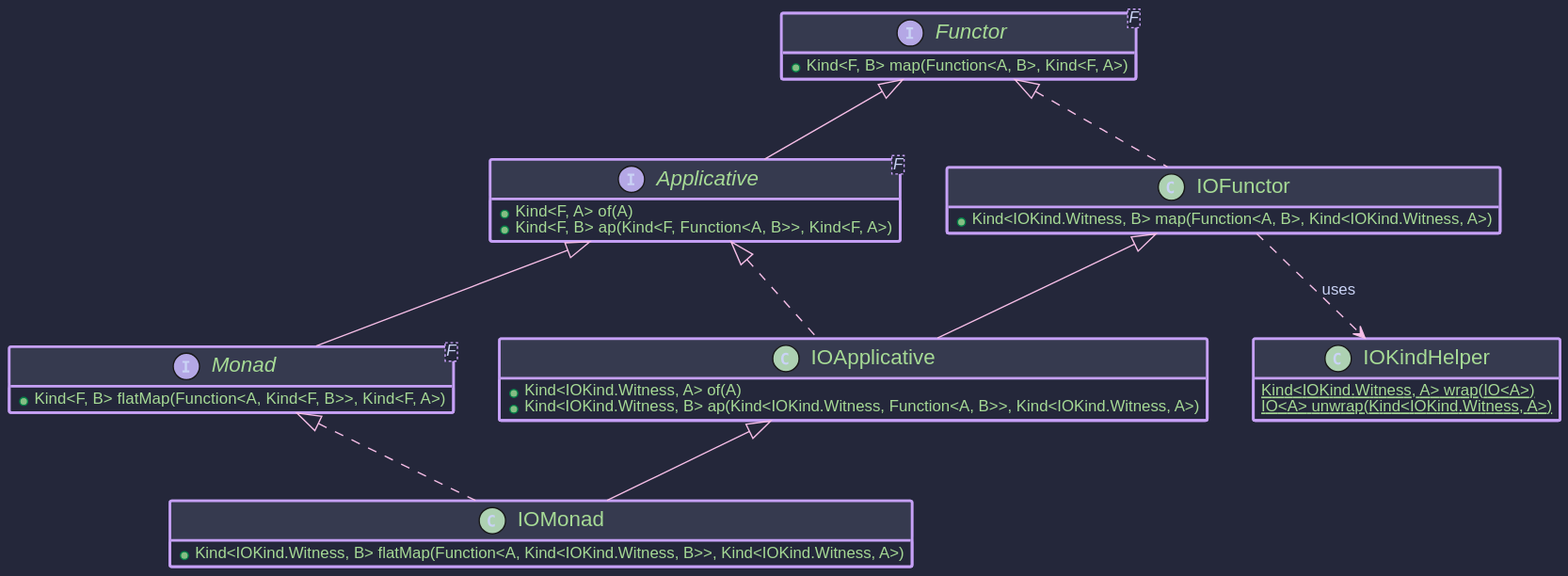
Before: hkj-book/src/images/puml/io_monad.svg, a diagram exported from PlantUML (higher-kinded-j/higher-kinded-j).
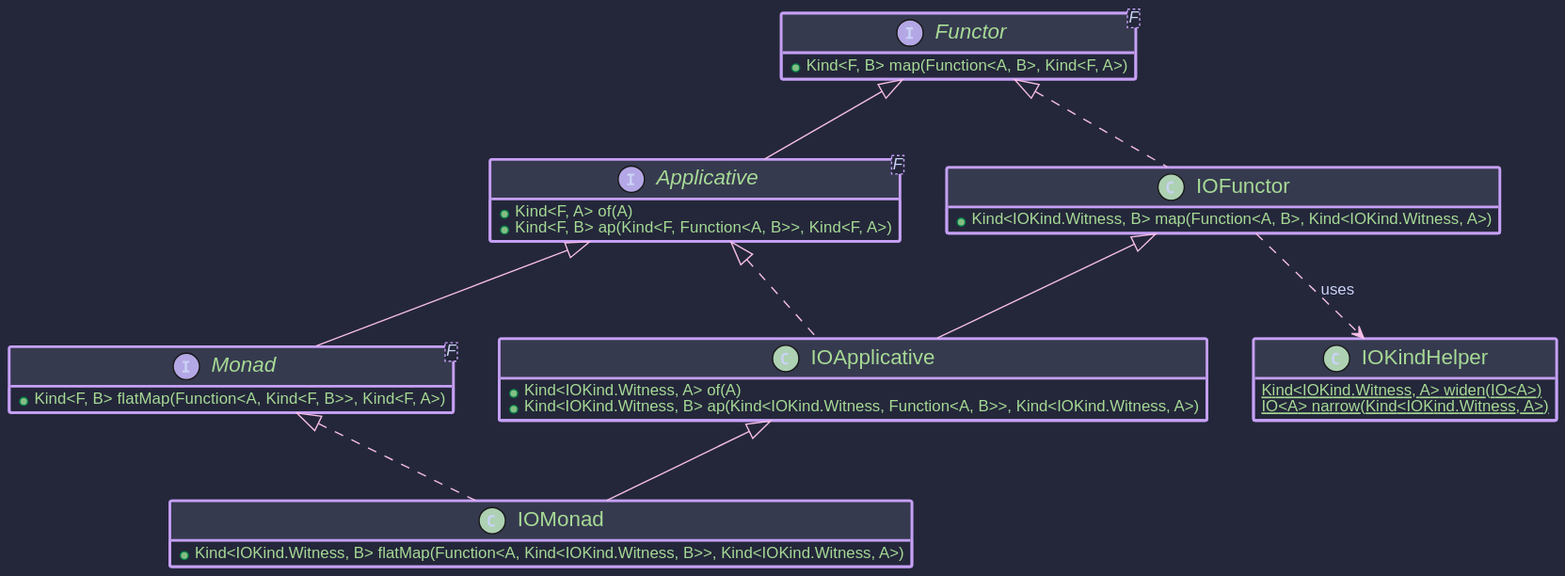
The same diagram one commit later.

The edit, as a diff of the source:
```diff
@@ -15,8 +15,8 @@
 
 
 class IOKindHelper {
- {static} Kind<IOKind.Witness, A> wrap(IO<A>)
- {static} IO<A> unwrap(Kind<IOKind.Witness, A>)
+ {static} Kind<IOKind.Witness, A> widen(IO<A>)
+ {static} IO<A> narrow(Kind<IOKind.Witness, A>)
 }
 
 class IOFunctor implements Functor<IOKind.Witness> {
```
